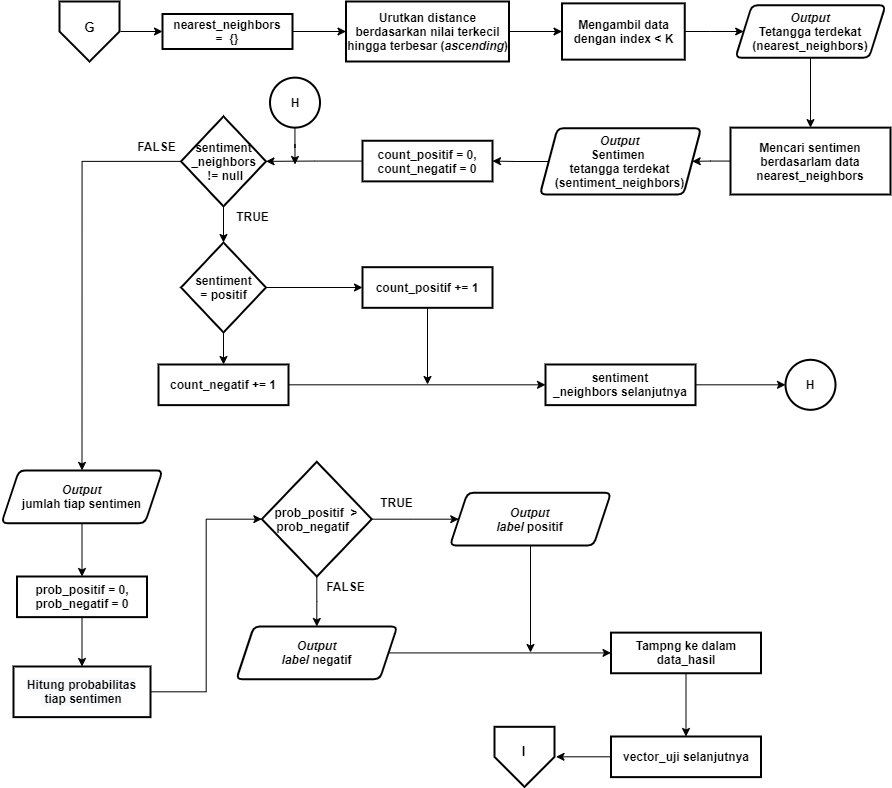
The draw.io diagram Dokumen TA/Paper/Flowchart/P12. Flowchart proses klaisifikasi-pisah-2.png in muspriandi/TextMining-SentimentAnalysis, before a commit. Source tidied: cells renumbered, new cells last; positions are measured from the earlier drawing's top-left corner, leaving out a move shared by most shapes.
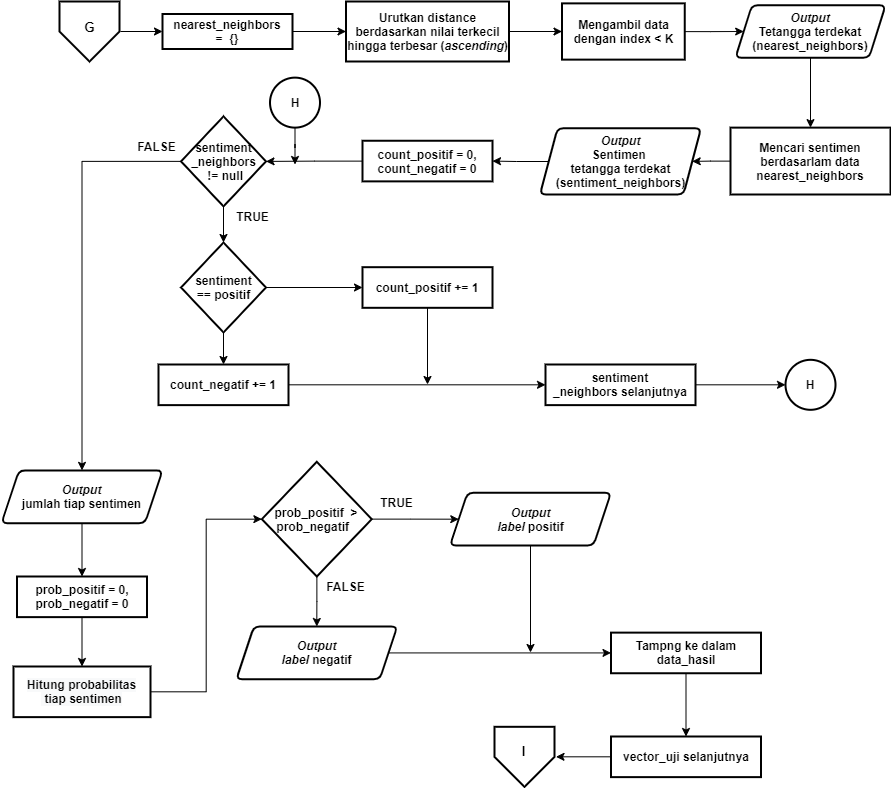
The same diagram one commit later.

Change to the diagram source:
```diff
@@ -64,7 +64,7 @@
     <mxCell id="21" style="edgeStyle=orthogonalEdgeStyle;rounded=0;jettySize=auto;html=1;entryX=0.5;entryY=0;entryDx=0;entryDy=0;" parent="1" edge="1" source="22" target="26">
       <mxGeometry relative="1" as="geometry" />
     </mxCell>
-    <mxCell id="22" value="&lt;span style=&quot;font-size: 12px&quot;&gt;sentiment&lt;br&gt;= positif&lt;br&gt;&lt;/span&gt;" style="strokeWidth=2;html=1;shape=mxgraph.flowchart.decision;whiteSpace=wrap;fontStyle=1;" parent="1" vertex="1">
+    <mxCell id="22" value="&lt;span style=&quot;font-size: 12px&quot;&gt;sentiment&lt;br&gt;== positif&lt;br&gt;&lt;/span&gt;" style="strokeWidth=2;html=1;shape=mxgraph.flowchart.decision;whiteSpace=wrap;fontStyle=1;" parent="1" vertex="1">
       <mxGeometry x="179.5" y="241" width="85" height="90" as="geometry" />
     </mxCell>
     <mxCell id="23" style="edgeStyle=orthogonalEdgeStyle;rounded=0;jettySize=auto;html=1;" parent="1" edge="1" source="24">
```
